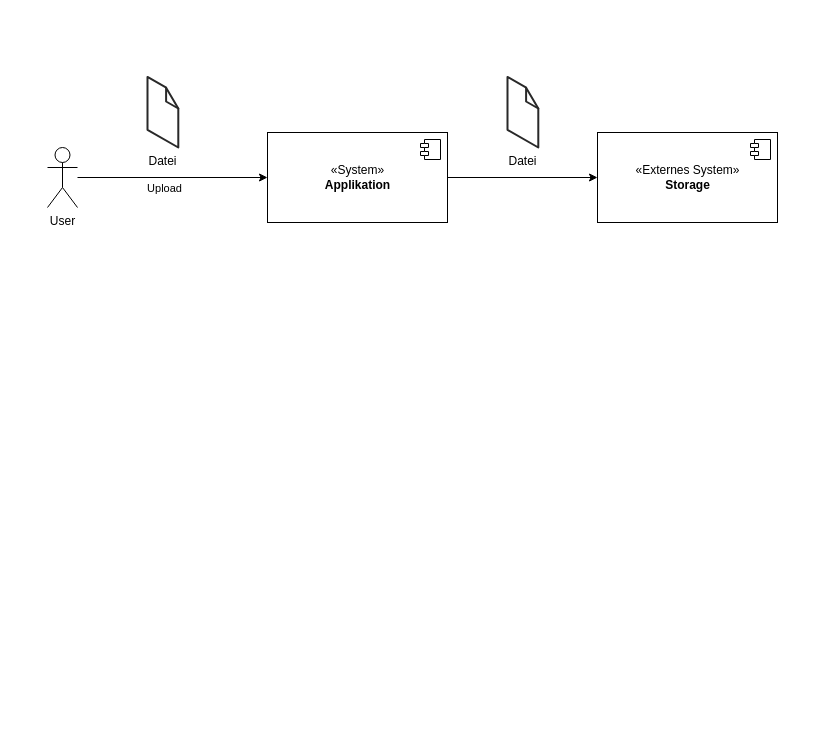
Before: valetkey/Valet Key.drawio in pivotaleventing/cloudpatterns, a draw.io diagram. Source tidied: cells renumbered, new cells numbered last; positions are measured from the earlier drawing's top-left corner, leaving out a move shared by most shapes. Both pictures are drawn from the tidied source at 100%, with x=0, y=0 at pixel (47, 76).
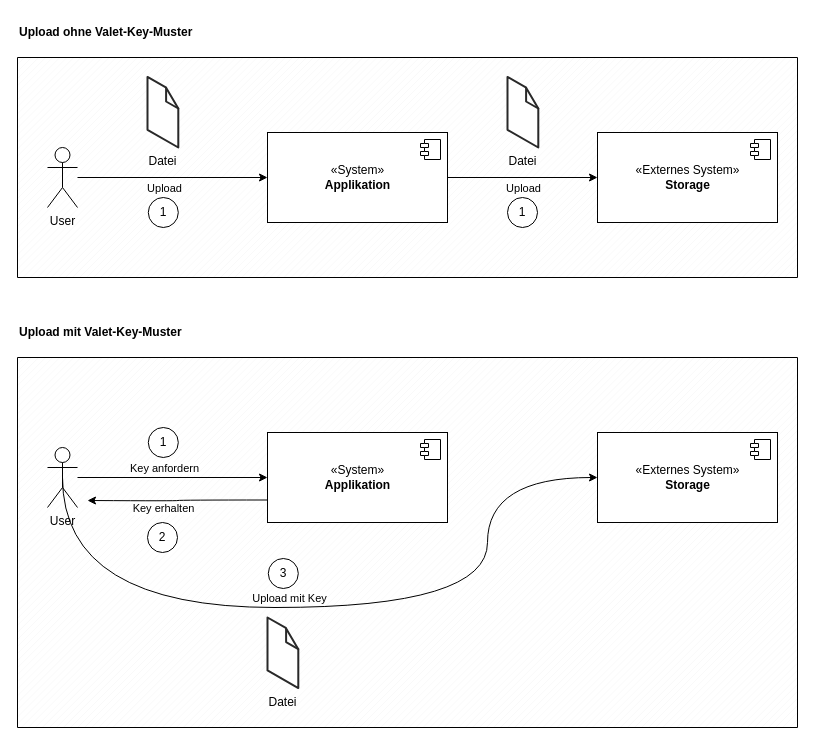
The same diagram, later.

Unchanged cells that the change refers to:
```xml
<mxCell id="5" style="edgeStyle=orthogonalEdgeStyle;rounded=0;jettySize=auto;html=1;endArrow=classic;endFill=1;" parent="1" edge="1" source="6" target="9">
  <mxGeometry relative="1" as="geometry" />
</mxCell>
```

What changed in the source:
```diff
@@
+    <mxCell id="12" style="verticalLabelPosition=bottom;verticalAlign=top;html=1;shape=mxgraph.basic.patternFillRect;fillStyle=diag;step=5;fillStrokeWidth=0.2;fillStrokeColor=#dddddd;" parent="1" vertex="1">
+      <mxGeometry x="-30" y="281" width="780" height="370" as="geometry" />
+    </mxCell>
+    <mxCell id="13" style="verticalLabelPosition=bottom;verticalAlign=top;html=1;shape=mxgraph.basic.patternFillRect;fillStyle=diag;step=5;fillStrokeWidth=0.2;fillStrokeColor=#dddddd;" parent="1" vertex="1">
+      <mxGeometry x="-30" y="-19" width="780" height="220" as="geometry" />
+    </mxCell>
@@
+    <mxCell id="14" value="Upload" style="edgeLabel;html=1;align=center;verticalAlign=middle;" parent="5" vertex="1">
+      <mxGeometry x="-0.36" y="-4" relative="1" as="geometry">
+        <mxPoint x="27" y="6" as="offset" />
+      </mxGeometry>
+    </mxCell>
@@
+    <mxCell id="15" value="Upload ohne Valet-Key-Muster" style="text;html=1;strokeColor=none;fillColor=none;align=left;verticalAlign=middle;whiteSpace=wrap;rounded=0;fontStyle=1;" parent="1" vertex="1">
+      <mxGeometry x="-30" y="-59" width="190" height="30" as="geometry" />
+    </mxCell>
+    <mxCell id="16" value="1" style="ellipse;whiteSpace=wrap;html=1;" parent="1" vertex="1">
+      <mxGeometry x="100.8" y="121" width="30" height="30" as="geometry" />
+    </mxCell>
+    <mxCell id="17" style="edgeStyle=orthogonalEdgeStyle;rounded=0;jettySize=auto;html=1;entryX=0;entryY=0.5;entryDx=0;entryDy=0;" parent="1" edge="1" source="21" target="24">
+      <mxGeometry relative="1" as="geometry" />
+    </mxCell>
+    <mxCell id="18" value="Key anfordern" style="edgeLabel;html=1;align=center;verticalAlign=middle;" parent="17" vertex="1">
+      <mxGeometry x="-0.2" y="-1" relative="1" as="geometry">
+        <mxPoint x="10" y="-11" as="offset" />
+      </mxGeometry>
+    </mxCell>
+    <mxCell id="19" style="edgeStyle=orthogonalEdgeStyle;rounded=0;jettySize=auto;html=1;exitX=0.5;exitY=0.5;exitDx=0;exitDy=0;exitPerimeter=0;entryX=0;entryY=0.5;entryDx=0;entryDy=0;endArrow=classic;endFill=1;curved=1;" parent="1" edge="1" source="21" target="26">
+      <mxGeometry x="-0.01" y="-10" relative="1" as="geometry">
+        <Array as="points">
+          <mxPoint x="15" y="531" />
+          <mxPoint x="440" y="531" />
+          <mxPoint x="440" y="401" />
+        </Array>
+      </mxGeometry>
+    </mxCell>
+    <mxCell id="20" value="Upload mit Key" style="edgeLabel;html=1;align=center;verticalAlign=middle;" parent="19" vertex="1">
+      <mxGeometry x="-0.2" y="4" relative="1" as="geometry">
+        <mxPoint x="38" y="-6" as="offset" />
+      </mxGeometry>
+    </mxCell>
+    <mxCell id="21" value="User" style="shape=umlActor;verticalLabelPosition=bottom;verticalAlign=top;html=1;outlineConnect=0;" parent="1" vertex="1">
+      <mxGeometry y="371" width="30" height="60" as="geometry" />
+    </mxCell>
+    <mxCell id="22" style="edgeStyle=orthogonalEdgeStyle;curved=1;rounded=0;jettySize=auto;html=1;exitX=0;exitY=0.75;exitDx=0;exitDy=0;endArrow=classic;endFill=1;" parent="1" edge="1" source="24">
+      <mxGeometry relative="1" as="geometry">
+        <mxPoint x="40" y="424" as="targetPoint" />
+      </mxGeometry>
+    </mxCell>
+    <mxCell id="23" value="Key erhalten" style="edgeLabel;html=1;align=center;verticalAlign=middle;" parent="22" vertex="1">
+      <mxGeometry x="-0.11" y="-2" relative="1" as="geometry">
+        <mxPoint x="-24" y="10" as="offset" />
+      </mxGeometry>
+    </mxCell>
+    <mxCell id="24" value="«System»&lt;br&gt;&lt;b&gt;Applikation&lt;/b&gt;" style="html=1;" parent="1" vertex="1">
+      <mxGeometry x="220" y="356" width="180" height="90" as="geometry" />
+    </mxCell>
+    <mxCell id="25" style="shape=module;jettyWidth=8;jettyHeight=4;" parent="24" vertex="1">
+      <mxGeometry x="1" width="20" height="20" relative="1" as="geometry">
+        <mxPoint x="-27" y="7" as="offset" />
+      </mxGeometry>
+    </mxCell>
+    <mxCell id="26" value="«Externes System»&lt;br&gt;&lt;b&gt;Storage&lt;/b&gt;" style="html=1;" parent="1" vertex="1">
+      <mxGeometry x="550" y="356" width="180" height="90" as="geometry" />
+    </mxCell>
+    <mxCell id="27" style="shape=module;jettyWidth=8;jettyHeight=4;" parent="26" vertex="1">
+      <mxGeometry x="1" width="20" height="20" relative="1" as="geometry">
+        <mxPoint x="-27" y="7" as="offset" />
+      </mxGeometry>
+    </mxCell>
+    <mxCell id="28" value="Datei" style="verticalLabelPosition=bottom;html=1;verticalAlign=top;strokeWidth=1;align=center;dashed=0;shape=mxgraph.aws3d.file;strokeColor=#292929;" parent="1" vertex="1">
+      <mxGeometry x="220" y="541" width="30.8" height="70.6" as="geometry" />
+    </mxCell>
+    <mxCell id="29" value="Upload mit Valet-Key-Muster" style="text;html=1;strokeColor=none;fillColor=none;align=left;verticalAlign=middle;whiteSpace=wrap;rounded=0;fontStyle=1;" parent="1" vertex="1">
+      <mxGeometry x="-30" y="241" width="190" height="30" as="geometry" />
+    </mxCell>
+    <mxCell id="30" value="1" style="ellipse;whiteSpace=wrap;html=1;" parent="1" vertex="1">
+      <mxGeometry x="100.8" y="351" width="30" height="30" as="geometry" />
+    </mxCell>
+    <mxCell id="31" value="2" style="ellipse;whiteSpace=wrap;html=1;" parent="1" vertex="1">
+      <mxGeometry x="100" y="446" width="30" height="30" as="geometry" />
+    </mxCell>
+    <mxCell id="32" value="1" style="ellipse;whiteSpace=wrap;html=1;" parent="1" vertex="1">
+      <mxGeometry x="460" y="121" width="30" height="30" as="geometry" />
+    </mxCell>
+    <mxCell id="33" value="3" style="ellipse;whiteSpace=wrap;html=1;" parent="1" vertex="1">
+      <mxGeometry x="220.8" y="482" width="30" height="30" as="geometry" />
+    </mxCell>
```
